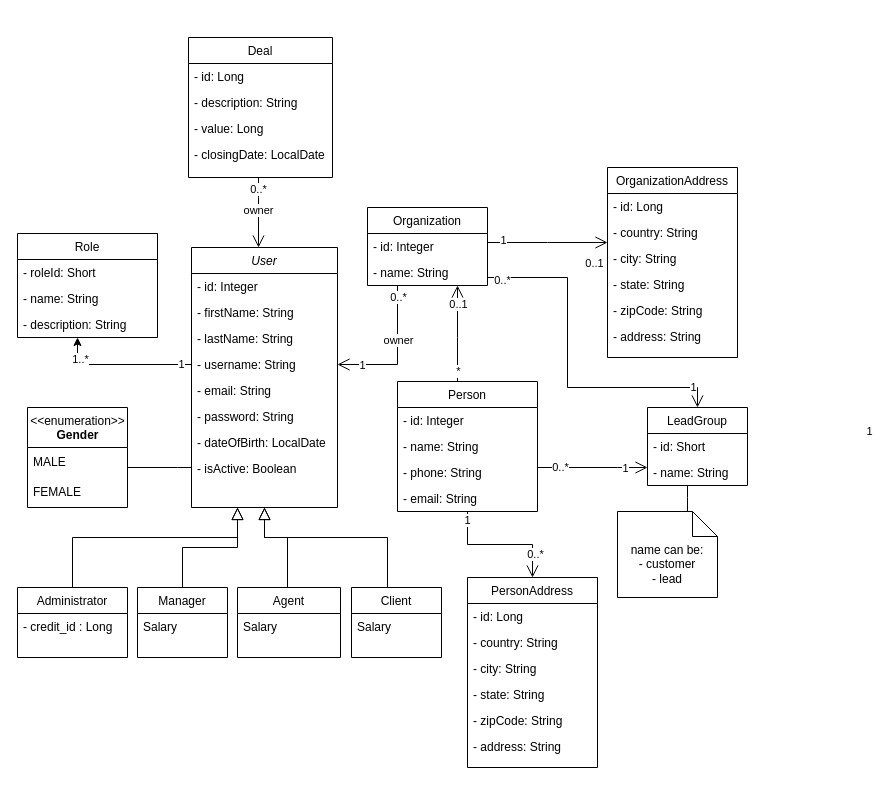
This is diagrams/diagrams.drawio from hassanbenhzaine/Projet_file_rouge_2022, a draw.io file, before an edit. Source tidied: cells renumbered, new cells numbered last; positions are measured from the earlier drawing's top-left corner, leaving out a move shared by most shapes. Both pictures are drawn from the tidied source at 100%, with x=0, y=0 at pixel (17, 37).
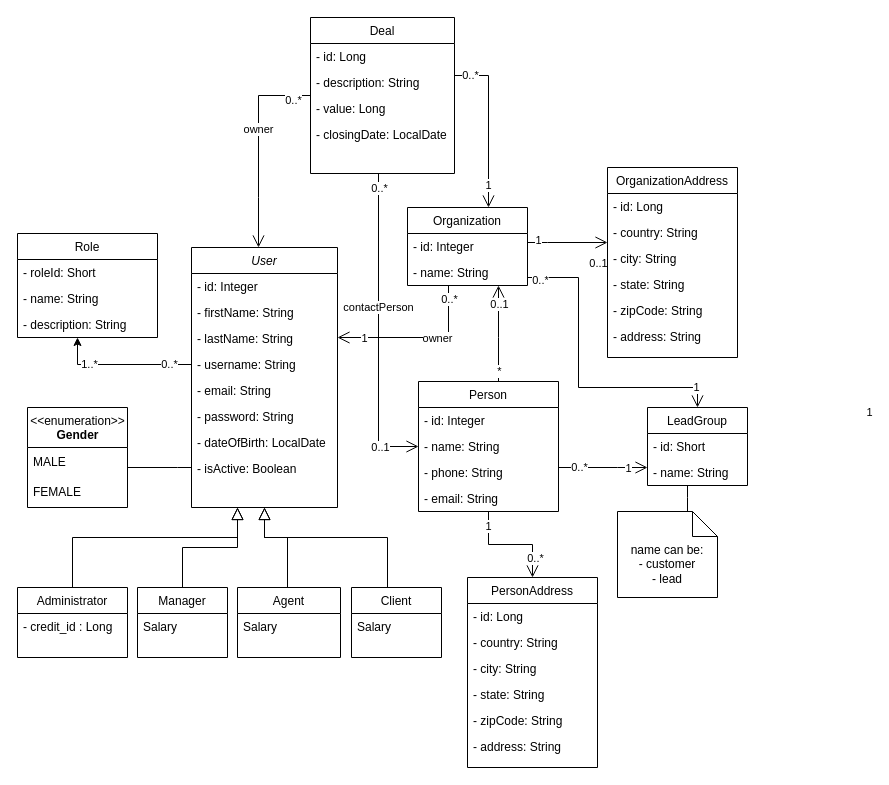
Above is the later version.

The change refers to these unchanged cells:
```xml
<mxCell id="2" style="edgeStyle=orthogonalEdgeStyle;rounded=0;jettySize=auto;html=1;" parent="1" edge="1" source="5" target="20">
  <mxGeometry relative="1" as="geometry">
    <Array as="points">
      <mxPoint x="60" y="327" />
    </Array>
  </mxGeometry>
</mxCell>
<mxCell id="5" value="User" style="swimlane;fontStyle=2;align=center;verticalAlign=top;horizontal=1;startSize=26;rounded=0;shadow=0;strokeWidth=1;" parent="1" vertex="1">
  <mxGeometry x="174" y="210" width="146" height="260" as="geometry" />
</mxCell>
<mxCell id="56" style="edgeStyle=orthogonalEdgeStyle;rounded=0;jettySize=auto;html=1;endArrow=open;endFill=0;endSize=10;" parent="1" edge="1" source="59" target="73">
  <mxGeometry relative="1" as="geometry" />
</mxCell>
<mxCell id="64" value="LeadGroup" style="swimlane;fontStyle=0;horizontal=1;startSize=26;fillColor=none;" parent="1" vertex="1">
  <mxGeometry x="630" y="370" width="100" height="78" as="geometry" />
</mxCell>
```

Diff of the diagram source:
```diff
@@
     <mxCell id="3" value="1..*" style="edgeLabel;html=1;align=center;verticalAlign=middle;" parent="2" vertex="1">
-      <mxGeometry x="0.7" y="-2" relative="1" as="geometry" />
+      <mxGeometry x="0.7" y="-2" relative="1" as="geometry">
+        <mxPoint x="9" y="5" as="offset" />
+      </mxGeometry>
     </mxCell>
-    <mxCell id="4" value="1" style="edgeLabel;html=1;align=center;verticalAlign=middle;" parent="2" vertex="1">
-      <mxGeometry x="-0.84" y="-1" relative="1" as="geometry" />
+    <mxCell id="4" value="0..*" style="edgeLabel;html=1;align=center;verticalAlign=middle;" parent="2" vertex="1">
+      <mxGeometry x="-0.84" y="-1" relative="1" as="geometry">
+        <mxPoint x="-12" as="offset" />
+      </mxGeometry>
     </mxCell>
@@
     <mxCell id="33" style="edgeStyle=orthogonalEdgeStyle;rounded=0;jettySize=auto;html=1;endArrow=open;endFill=0;endSize=10;" parent="1" edge="1" source="36" target="64">
       <mxGeometry relative="1" as="geometry">
         <Array as="points">
-          <mxPoint x="550" y="240" />
-          <mxPoint x="550" y="350" />
+          <mxPoint x="561" y="240" />
+          <mxPoint x="561" y="350" />
           <mxPoint x="680" y="350" />
         </Array>
       </mxGeometry>
     </mxCell>
@@
     <mxCell id="36" value="Organization" style="swimlane;fontStyle=0;align=center;verticalAlign=top;horizontal=1;startSize=26;rounded=0;shadow=0;strokeWidth=1;" parent="1" vertex="1">
-      <mxGeometry x="350" y="170" width="120" height="78" as="geometry" />
+      <mxGeometry x="390" y="170" width="120" height="78" as="geometry" />
     </mxCell>
@@
     <mxCell id="39" style="edgeStyle=orthogonalEdgeStyle;rounded=0;jettySize=auto;html=1;endArrow=open;endFill=0;endSize=10;" parent="1" edge="1" source="36" target="5">
       <mxGeometry relative="1" as="geometry">
         <Array as="points">
-          <mxPoint x="380" y="327" />
+          <mxPoint x="431" y="300" />
         </Array>
       </mxGeometry>
     </mxCell>
@@
     <mxCell id="50" style="edgeStyle=orthogonalEdgeStyle;rounded=0;jettySize=auto;html=1;endArrow=open;endFill=0;endSize=10;" parent="1" edge="1" source="59" target="36">
       <mxGeometry relative="1" as="geometry">
         <Array as="points">
-          <mxPoint x="440" y="300" />
-          <mxPoint x="440" y="300" />
+          <mxPoint x="481" y="300" />
+          <mxPoint x="481" y="300" />
         </Array>
       </mxGeometry>
     </mxCell>
@@
     <mxCell id="58" value="1" style="edgeLabel;html=1;align=center;verticalAlign=middle;" parent="56" vertex="1">
-      <mxGeometry x="-0.88" y="-1" relative="1" as="geometry" />
+      <mxGeometry x="-0.88" y="-1" relative="1" as="geometry">
+        <mxPoint y="7" as="offset" />
+      </mxGeometry>
     </mxCell>
     <mxCell id="59" value="Person" style="swimlane;fontStyle=0;horizontal=1;startSize=26;fillColor=none;" parent="1" vertex="1">
-      <mxGeometry x="380" y="344" width="140" height="130" as="geometry" />
+      <mxGeometry x="401" y="344" width="140" height="130" as="geometry" />
     </mxCell>
@@
+    <mxCell id="89" style="edgeStyle=orthogonalEdgeStyle;rounded=0;jettySize=auto;html=1;endArrow=open;endFill=0;endSize=10;" parent="1" edge="1" source="84" target="36">
+      <mxGeometry relative="1" as="geometry">
+        <Array as="points">
+          <mxPoint x="471" y="38" />
+        </Array>
+      </mxGeometry>
+    </mxCell>
+    <mxCell id="90" value="1" style="edgeLabel;html=1;align=center;verticalAlign=middle;" parent="89" vertex="1">
+      <mxGeometry x="0.72" y="-1" relative="1" as="geometry" />
+    </mxCell>
+    <mxCell id="91" value="0..*" style="edgeLabel;html=1;align=center;verticalAlign=middle;" parent="89" vertex="1">
+      <mxGeometry x="-0.9" y="1" relative="1" as="geometry">
+        <mxPoint x="7" as="offset" />
+      </mxGeometry>
+    </mxCell>
+    <mxCell id="92" style="edgeStyle=orthogonalEdgeStyle;rounded=0;jettySize=auto;html=1;endArrow=open;endFill=0;endSize=10;" parent="1" edge="1" source="84" target="59">
+      <mxGeometry relative="1" as="geometry">
+        <Array as="points">
+          <mxPoint x="361" y="150" />
+          <mxPoint x="361" y="370" />
+        </Array>
+      </mxGeometry>
+    </mxCell>
+    <mxCell id="93" value="contactPerson" style="edgeLabel;html=1;align=center;verticalAlign=middle;" parent="92" vertex="1">
+      <mxGeometry x="-0.15" y="-1" relative="1" as="geometry" />
+    </mxCell>
+    <mxCell id="94" value="0..1" style="edgeLabel;html=1;align=center;verticalAlign=middle;" parent="92" vertex="1">
+      <mxGeometry x="0.75" relative="1" as="geometry" />
+    </mxCell>
+    <mxCell id="95" value="0..*" style="edgeLabel;html=1;align=center;verticalAlign=middle;" parent="92" vertex="1">
+      <mxGeometry x="-0.91" relative="1" as="geometry" />
+    </mxCell>
     <mxCell id="84" value="Deal" style="swimlane;fontStyle=0;align=center;verticalAlign=top;horizontal=1;startSize=26;rounded=0;shadow=0;strokeWidth=1;" parent="1" vertex="1">
-      <mxGeometry x="171" width="144" height="140" as="geometry" />
+      <mxGeometry x="293" y="-20" width="144" height="156" as="geometry" />
     </mxCell>
```
